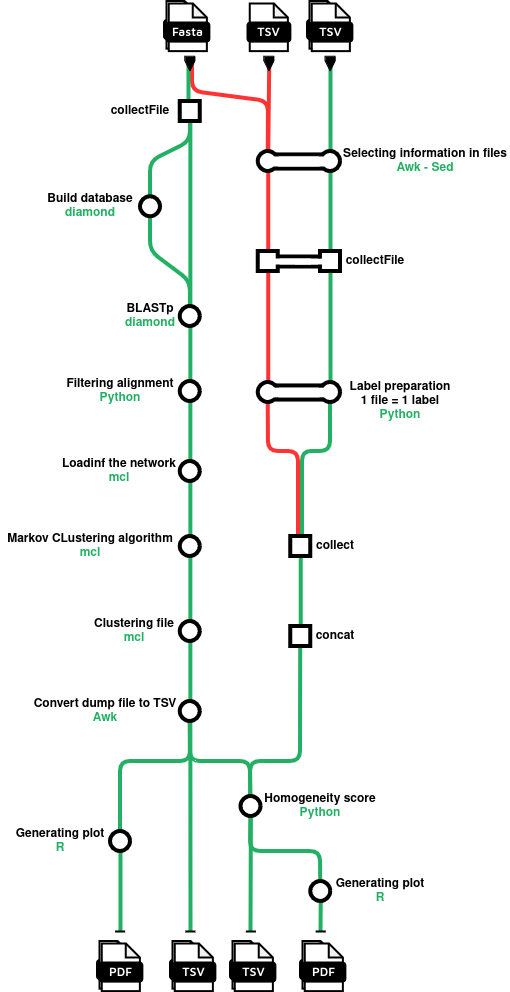
This is docs/images/pipeline.png from jroussea/lagoon-mcl, a draw.io export, as it was before one commit. Source tidied: cells renumbered, new cells last; positions are measured from the earlier drawing's top-left corner, leaving out a move shared by most shapes.
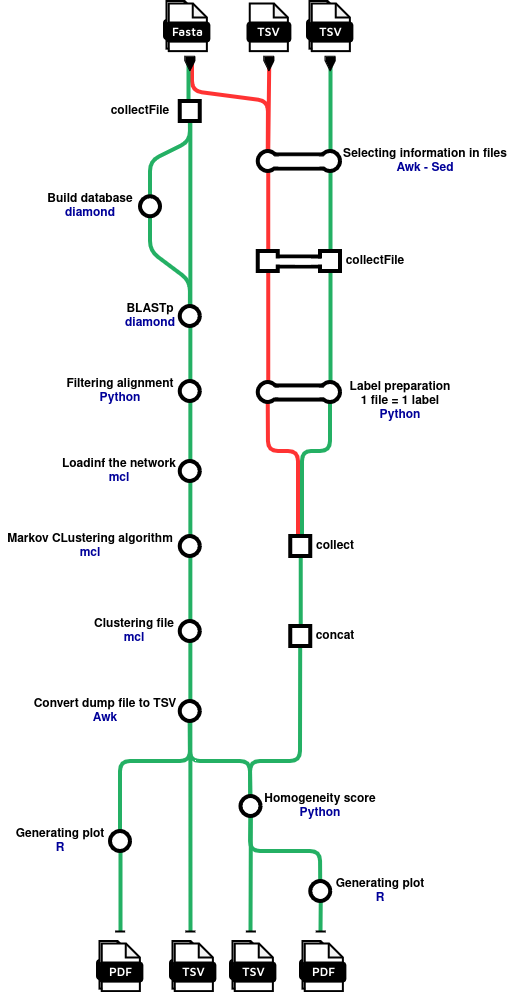
Later version of the same file.

Change to the diagram source:
```diff
@@ -61,31 +61,31 @@
     <mxCell id="15" style="endArrow=none;html=1;rounded=1;strokeWidth=4;strokeColor=#24B064;entryX=0.5;entryY=1;entryDx=0;entryDy=0;exitX=0.5;exitY=0;exitDx=0;exitDy=0;" parent="1" edge="1" source="45" target="35">
       <mxGeometry relative="1" as="geometry" />
     </mxCell>
-    <mxCell id="16" value="&lt;div&gt;&lt;b&gt;Build database&lt;/b&gt;&lt;/div&gt;&lt;div style=&quot;&quot;&gt;&lt;font color=&quot;#24b064&quot;&gt;&lt;b&gt;diamond&lt;/b&gt;&lt;/font&gt;&lt;br&gt;&lt;/div&gt;" style="text;html=1;align=center;verticalAlign=middle;whiteSpace=wrap;rounded=0;" parent="1" vertex="1">
+    <mxCell id="16" value="&lt;div&gt;&lt;b&gt;Build database&lt;/b&gt;&lt;/div&gt;&lt;div style=&quot;&quot;&gt;&lt;font color=&quot;#000099&quot;&gt;&lt;b&gt;diamond&lt;/b&gt;&lt;/font&gt;&lt;br&gt;&lt;/div&gt;" style="text;html=1;align=center;verticalAlign=middle;whiteSpace=wrap;rounded=0;" parent="1" vertex="1">
       <mxGeometry x="40" y="190.3" width="100" height="30" as="geometry" />
     </mxCell>
-    <mxCell id="17" value="&lt;div&gt;&lt;b&gt;BLASTp&lt;/b&gt;&lt;/div&gt;&lt;div style=&quot;&quot;&gt;&lt;font color=&quot;#24b064&quot; style=&quot;font-size: 12px;&quot;&gt;&lt;b&gt;diamond&lt;br&gt;&lt;/b&gt;&lt;/font&gt;&lt;/div&gt;" style="text;html=1;align=center;verticalAlign=middle;whiteSpace=wrap;rounded=0;" parent="1" vertex="1">
+    <mxCell id="17" value="&lt;div&gt;&lt;b&gt;BLASTp&lt;/b&gt;&lt;/div&gt;&lt;div style=&quot;&quot;&gt;&lt;font color=&quot;#000099&quot; style=&quot;font-size: 12px;&quot;&gt;&lt;b&gt;diamond&lt;/b&gt;&lt;/font&gt;&lt;font color=&quot;#000099&quot; style=&quot;font-size: 12px;&quot;&gt;&lt;b&gt;&lt;br&gt;&lt;/b&gt;&lt;/font&gt;&lt;/div&gt;" style="text;html=1;align=center;verticalAlign=middle;whiteSpace=wrap;rounded=0;" parent="1" vertex="1">
       <mxGeometry x="110" y="300" width="80" height="30" as="geometry" />
     </mxCell>
-    <mxCell id="18" value="&lt;div&gt;&lt;b&gt;Filtering alignment&lt;br&gt;&lt;/b&gt;&lt;/div&gt;&lt;div style=&quot;&quot;&gt;&lt;font color=&quot;#24b064&quot;&gt;&lt;b&gt;Python&lt;/b&gt;&lt;/font&gt;&lt;br&gt;&lt;/div&gt;" style="text;html=1;align=center;verticalAlign=middle;whiteSpace=wrap;rounded=0;" parent="1" vertex="1">
+    <mxCell id="18" value="&lt;div&gt;&lt;b&gt;Filtering alignment&lt;br&gt;&lt;/b&gt;&lt;/div&gt;&lt;div style=&quot;&quot;&gt;&lt;font color=&quot;#000099&quot;&gt;&lt;b&gt;Python&lt;/b&gt;&lt;br&gt;&lt;/font&gt;&lt;/div&gt;" style="text;html=1;align=center;verticalAlign=middle;whiteSpace=wrap;rounded=0;" parent="1" vertex="1">
       <mxGeometry x="59.9" y="375" width="120" height="30" as="geometry" />
     </mxCell>
-    <mxCell id="19" value="&lt;div&gt;&lt;b&gt;Loadinf the network&lt;br&gt;&lt;/b&gt;&lt;/div&gt;&lt;div style=&quot;&quot;&gt;&lt;font color=&quot;#24b064&quot;&gt;&lt;b&gt;mcl&lt;/b&gt;&lt;/font&gt;&lt;br&gt;&lt;/div&gt;" style="text;html=1;align=center;verticalAlign=middle;whiteSpace=wrap;rounded=0;" parent="1" vertex="1">
+    <mxCell id="19" value="&lt;div&gt;&lt;b&gt;Loadinf the network&lt;br&gt;&lt;/b&gt;&lt;/div&gt;&lt;div style=&quot;&quot;&gt;&lt;font color=&quot;#000099&quot;&gt;&lt;b&gt;mcl&lt;/b&gt;&lt;/font&gt;&lt;br&gt;&lt;/div&gt;" style="text;html=1;align=center;verticalAlign=middle;whiteSpace=wrap;rounded=0;" parent="1" vertex="1">
       <mxGeometry x="59.1" y="455" width="120" height="30" as="geometry" />
     </mxCell>
-    <mxCell id="20" value="&lt;div&gt;&lt;b&gt;Markov CLustering algorithm&lt;br&gt;&lt;/b&gt;&lt;/div&gt;&lt;div style=&quot;&quot;&gt;&lt;font style=&quot;font-size: 12px;&quot; color=&quot;#24b064&quot;&gt;&lt;b&gt;mcl&lt;/b&gt;&lt;/font&gt;&lt;br&gt;&lt;/div&gt;" style="text;html=1;align=center;verticalAlign=middle;whiteSpace=wrap;rounded=0;" parent="1" vertex="1">
+    <mxCell id="20" value="&lt;div&gt;&lt;b&gt;Markov CLustering algorithm&lt;br&gt;&lt;/b&gt;&lt;/div&gt;&lt;div style=&quot;&quot;&gt;&lt;font color=&quot;#000099&quot; style=&quot;font-size: 12px;&quot;&gt;&lt;b&gt;mcl&lt;/b&gt;&lt;/font&gt;&lt;br&gt;&lt;/div&gt;" style="text;html=1;align=center;verticalAlign=middle;whiteSpace=wrap;rounded=0;" parent="1" vertex="1">
       <mxGeometry y="522.5" width="180" height="45" as="geometry" />
     </mxCell>
-    <mxCell id="21" value="&lt;div&gt;&lt;b&gt;Clustering file&lt;br&gt;&lt;/b&gt;&lt;/div&gt;&lt;div style=&quot;&quot;&gt;&lt;font color=&quot;#24b064&quot;&gt;&lt;b&gt;mcl&lt;/b&gt;&lt;/font&gt;&lt;br&gt;&lt;/div&gt;" style="text;html=1;align=center;verticalAlign=middle;whiteSpace=wrap;rounded=0;" parent="1" vertex="1">
+    <mxCell id="21" value="&lt;div&gt;&lt;b&gt;Clustering file&lt;br&gt;&lt;/b&gt;&lt;/div&gt;&lt;div style=&quot;&quot;&gt;&lt;font color=&quot;#000099&quot;&gt;&lt;b&gt;mcl&lt;/b&gt;&lt;/font&gt;&lt;br&gt;&lt;/div&gt;" style="text;html=1;align=center;verticalAlign=middle;whiteSpace=wrap;rounded=0;" parent="1" vertex="1">
       <mxGeometry x="89.1" y="615" width="90" height="30" as="geometry" />
     </mxCell>
-    <mxCell id="22" value="&lt;div&gt;&lt;b&gt;Convert dump file to TSV&lt;br&gt;&lt;/b&gt;&lt;/div&gt;&lt;div style=&quot;&quot;&gt;&lt;font color=&quot;#24b064&quot;&gt;&lt;b&gt;Awk&lt;br&gt;&lt;/b&gt;&lt;/font&gt;&lt;/div&gt;" style="text;html=1;align=center;verticalAlign=middle;whiteSpace=wrap;rounded=0;" parent="1" vertex="1">
+    <mxCell id="22" value="&lt;div&gt;&lt;b&gt;Convert dump file to TSV&lt;br&gt;&lt;/b&gt;&lt;/div&gt;&lt;div style=&quot;&quot;&gt;&lt;font color=&quot;#000099&quot;&gt;&lt;b&gt;Awk&lt;/b&gt;&lt;b&gt;&lt;br&gt;&lt;/b&gt;&lt;/font&gt;&lt;/div&gt;" style="text;html=1;align=center;verticalAlign=middle;whiteSpace=wrap;rounded=0;" parent="1" vertex="1">
       <mxGeometry x="30" y="695" width="150" height="30" as="geometry" />
     </mxCell>
     <mxCell id="23" style="endArrow=none;html=1;rounded=1;strokeWidth=4;strokeColor=#FF3333;entryX=0.5;entryY=0;entryDx=0;entryDy=0;exitX=0;exitY=0.5;exitDx=0;exitDy=0;exitPerimeter=0;" parent="1" edge="1" source="119" target="40">
       <mxGeometry relative="1" as="geometry" />
     </mxCell>
-    <mxCell id="24" value="&lt;div&gt;&lt;b&gt;Selecting information in files&lt;br&gt;&lt;/b&gt;&lt;/div&gt;&lt;div style=&quot;&quot;&gt;&lt;font color=&quot;#24b064&quot;&gt;&lt;b&gt;Awk - Sed&lt;/b&gt;&lt;/font&gt;&lt;br&gt;&lt;/div&gt;" style="text;html=1;align=center;verticalAlign=middle;whiteSpace=wrap;rounded=0;" parent="1" vertex="1">
+    <mxCell id="24" value="&lt;div&gt;&lt;b&gt;Selecting information in files&lt;br&gt;&lt;/b&gt;&lt;/div&gt;&lt;div style=&quot;&quot;&gt;&lt;font color=&quot;#000099&quot;&gt;&lt;b&gt;Awk - Sed&lt;/b&gt;&lt;/font&gt;&lt;br&gt;&lt;/div&gt;" style="text;html=1;align=center;verticalAlign=middle;whiteSpace=wrap;rounded=0;" parent="1" vertex="1">
       <mxGeometry x="340" y="145" width="170" height="30" as="geometry" />
     </mxCell>
     <mxCell id="25" value="&lt;div&gt;&lt;b&gt;collectFile&lt;br&gt;&lt;/b&gt;&lt;/div&gt;" style="text;html=1;align=center;verticalAlign=middle;whiteSpace=wrap;rounded=0;" parent="1" vertex="1">
@@ -165,7 +165,7 @@
         </Array>
       </mxGeometry>
     </mxCell>
-    <mxCell id="47" value="&lt;div&gt;&lt;b&gt;Homogeneity score&lt;br&gt;&lt;/b&gt;&lt;/div&gt;&lt;div style=&quot;&quot;&gt;&lt;font color=&quot;#24b064&quot;&gt;&lt;b&gt;Python&lt;br&gt;&lt;/b&gt;&lt;/font&gt;&lt;/div&gt;" style="text;html=1;align=center;verticalAlign=middle;whiteSpace=wrap;rounded=0;" parent="1" vertex="1">
+    <mxCell id="47" value="&lt;div&gt;&lt;b&gt;Homogeneity score&lt;br&gt;&lt;/b&gt;&lt;/div&gt;&lt;div style=&quot;&quot;&gt;&lt;font color=&quot;#000099&quot;&gt;&lt;b&gt;Python&lt;/b&gt;&lt;b&gt;&lt;br&gt;&lt;/b&gt;&lt;/font&gt;&lt;/div&gt;" style="text;html=1;align=center;verticalAlign=middle;whiteSpace=wrap;rounded=0;" parent="1" vertex="1">
       <mxGeometry x="260.4" y="790" width="120.2" height="30" as="geometry" />
     </mxCell>
     <mxCell id="48" style="endArrow=none;html=1;rounded=1;strokeWidth=4;strokeColor=#24B064;entryX=0.5;entryY=0;entryDx=0;entryDy=0;exitX=0.5;exitY=1;exitDx=0;exitDy=0;" parent="1" edge="1" source="114" target="106">
@@ -303,7 +303,7 @@
     <mxCell id="77" style="ellipse;whiteSpace=wrap;html=1;rounded=1;rotation=0;strokeWidth=4;" parent="1" vertex="1">
       <mxGeometry x="179.9" y="305" width="20" height="20" as="geometry" />
     </mxCell>
-    <mxCell id="78" value="&lt;div&gt;&lt;b&gt;Label preparation&lt;/b&gt;&lt;/div&gt;&lt;div&gt;&lt;b&gt;1 file = 1 label&lt;br&gt;&lt;/b&gt;&lt;/div&gt;&lt;div style=&quot;&quot;&gt;&lt;font color=&quot;#24b064&quot;&gt;&lt;b&gt;Python&lt;/b&gt;&lt;/font&gt;&lt;br&gt;&lt;/div&gt;" style="text;html=1;align=center;verticalAlign=middle;whiteSpace=wrap;rounded=0;" parent="1" vertex="1">
+    <mxCell id="78" value="&lt;div&gt;&lt;b&gt;Label preparation&lt;/b&gt;&lt;/div&gt;&lt;div&gt;&lt;b&gt;1 file = 1 label&lt;br&gt;&lt;/b&gt;&lt;/div&gt;&lt;div style=&quot;&quot;&gt;&lt;font color=&quot;#000099&quot;&gt;&lt;b&gt;Python&lt;/b&gt;&lt;/font&gt;&lt;br&gt;&lt;/div&gt;" style="text;html=1;align=center;verticalAlign=middle;whiteSpace=wrap;rounded=0;" parent="1" vertex="1">
       <mxGeometry x="340" y="375" width="120" height="49" as="geometry" />
     </mxCell>
     <mxCell id="79" style="shape=note;whiteSpace=wrap;html=1;backgroundOutline=1;darkOpacity=0.05;rounded=1;size=14;strokeWidth=2;" parent="1" vertex="1">
@@ -312,10 +312,10 @@
     <mxCell id="80" value="&lt;font color=&quot;#ffffff&quot; face=&quot;Maven Pro&quot;&gt;&lt;b&gt;TSV&lt;/b&gt;&lt;/font&gt;" style="rounded=1;whiteSpace=wrap;html=1;strokeWidth=2;fillColor=#000000;" parent="1" vertex="1">
       <mxGeometry x="247.4" y="21.4" width="42.9" height="19" as="geometry" />
     </mxCell>
-    <mxCell id="81" value="&lt;div&gt;&lt;b&gt;Generating plot&lt;br&gt;&lt;/b&gt;&lt;/div&gt;&lt;div style=&quot;&quot;&gt;&lt;font color=&quot;#24b064&quot;&gt;&lt;b&gt;R&lt;br&gt;&lt;/b&gt;&lt;/font&gt;&lt;/div&gt;" style="text;html=1;align=center;verticalAlign=middle;whiteSpace=wrap;rounded=0;" parent="1" vertex="1">
+    <mxCell id="81" value="&lt;div&gt;&lt;b&gt;Generating plot&lt;br&gt;&lt;/b&gt;&lt;/div&gt;&lt;div style=&quot;&quot;&gt;&lt;font color=&quot;#000099&quot;&gt;&lt;b&gt;R&lt;br&gt;&lt;/b&gt;&lt;/font&gt;&lt;/div&gt;" style="text;html=1;align=center;verticalAlign=middle;whiteSpace=wrap;rounded=0;" parent="1" vertex="1">
       <mxGeometry y="825" width="120.2" height="30" as="geometry" />
     </mxCell>
-    <mxCell id="82" value="&lt;div&gt;&lt;b&gt;Generating plot&lt;br&gt;&lt;/b&gt;&lt;/div&gt;&lt;div style=&quot;&quot;&gt;&lt;font color=&quot;#24b064&quot;&gt;&lt;b&gt;R&lt;br&gt;&lt;/b&gt;&lt;/font&gt;&lt;/div&gt;" style="text;html=1;align=center;verticalAlign=middle;whiteSpace=wrap;rounded=0;" parent="1" vertex="1">
+    <mxCell id="82" value="&lt;div&gt;&lt;b&gt;Generating plot&lt;br&gt;&lt;/b&gt;&lt;/div&gt;&lt;div style=&quot;&quot;&gt;&lt;font color=&quot;#000099&quot;&gt;&lt;b&gt;R&lt;/b&gt;&lt;b&gt;&lt;br&gt;&lt;/b&gt;&lt;/font&gt;&lt;/div&gt;" style="text;html=1;align=center;verticalAlign=middle;whiteSpace=wrap;rounded=0;" parent="1" vertex="1">
       <mxGeometry x="330.2" y="875" width="100" height="30" as="geometry" />
     </mxCell>
     <mxCell id="83" style="endArrow=none;html=1;rounded=1;strokeWidth=4;strokeColor=#24B064;entryX=0.5;entryY=1;entryDx=0;entryDy=0;exitX=0.5;exitY=0;exitDx=0;exitDy=0;" parent="1" edge="1" source="115" target="85">
```
